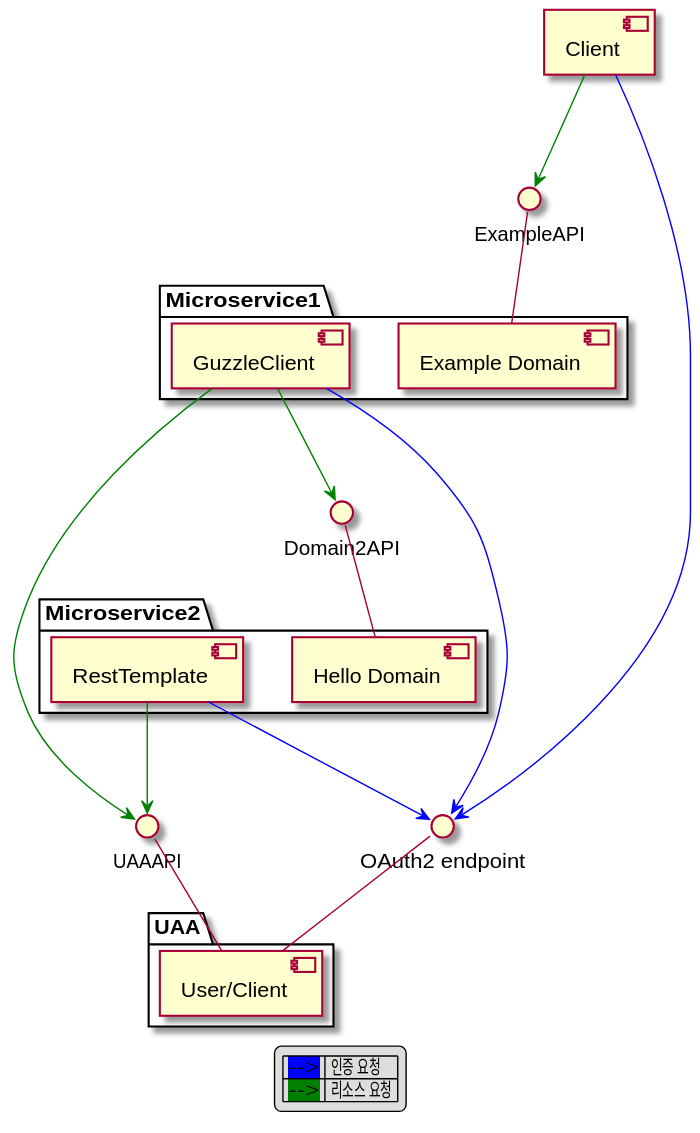
appkr/blog keeps this PlantUML diagram as images/2021-02-17-uaa.svg. Above is the earlier version. Its diagram source:
```plantuml
@startuml
legend
|<back:#blue> --> </back>| 인증 요청 |
|<back:#green> --> </back>| 리소스 요청 |
endlegend

component [Client]

interface "OAuth2 endpoint" as uaa1
interface "UAAAPI" as uaa2

package UAA {
  component [User/Client]
  uaa1 -- [User/Client]
  uaa2 -- [User/Client]
}

interface ExampleAPI

package Microservice1 {
  component [Example Domain]
  component [GuzzleClient]
  ExampleAPI -- [Example Domain]
}

interface Domain2API

package Microservice2 {
  component [Hello Domain]
  component [RestTemplate]
  Domain2API -- [Hello Domain]
}

Client --> uaa1 #blue
Client --> ExampleAPI #green

GuzzleClient --> Domain2API #green

GuzzleClient --> uaa1 #blue
GuzzleClient --> uaa2 #green

RestTemplate --> uaa1 #blue
RestTemplate --> uaa2 #green
@enduml
```
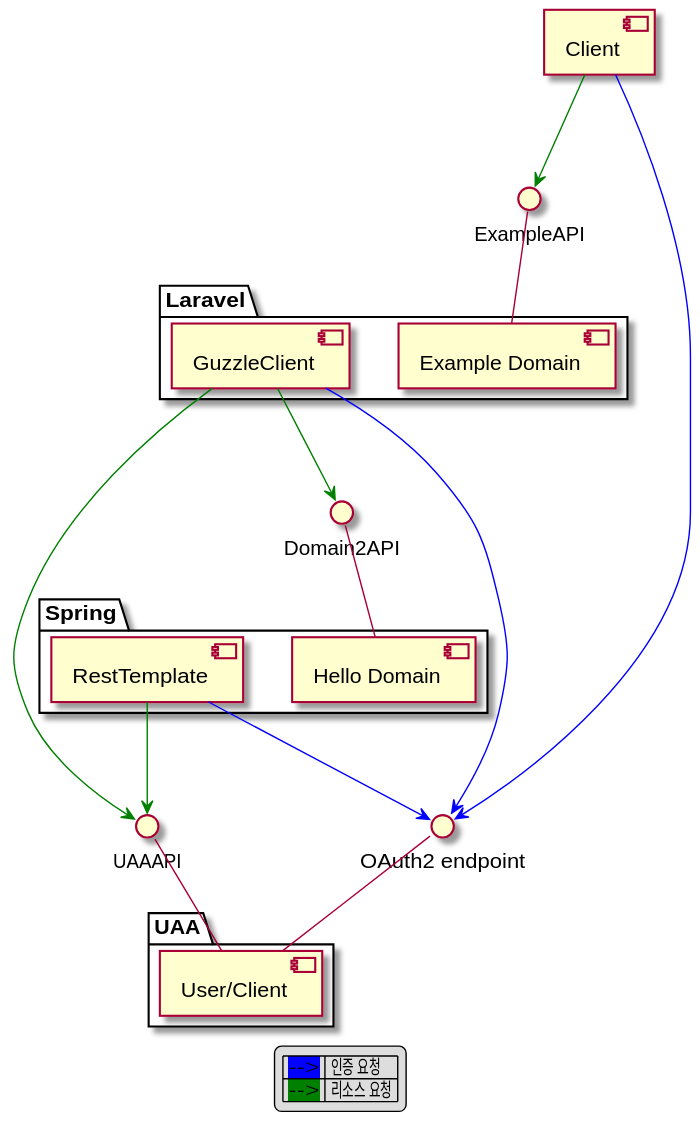
The same diagram one commit later.

Change to the diagram source:
```diff
@@ -17,7 +17,7 @@
 
 interface ExampleAPI
 
-package Microservice1 {
+package Laravel {
   component [Example Domain]
   component [GuzzleClient]
   ExampleAPI -- [Example Domain]
@@ -25,7 +25,7 @@
 
 interface Domain2API
 
-package Microservice2 {
+package Spring {
   component [Hello Domain]
   component [RestTemplate]
   Domain2API -- [Hello Domain]
```
